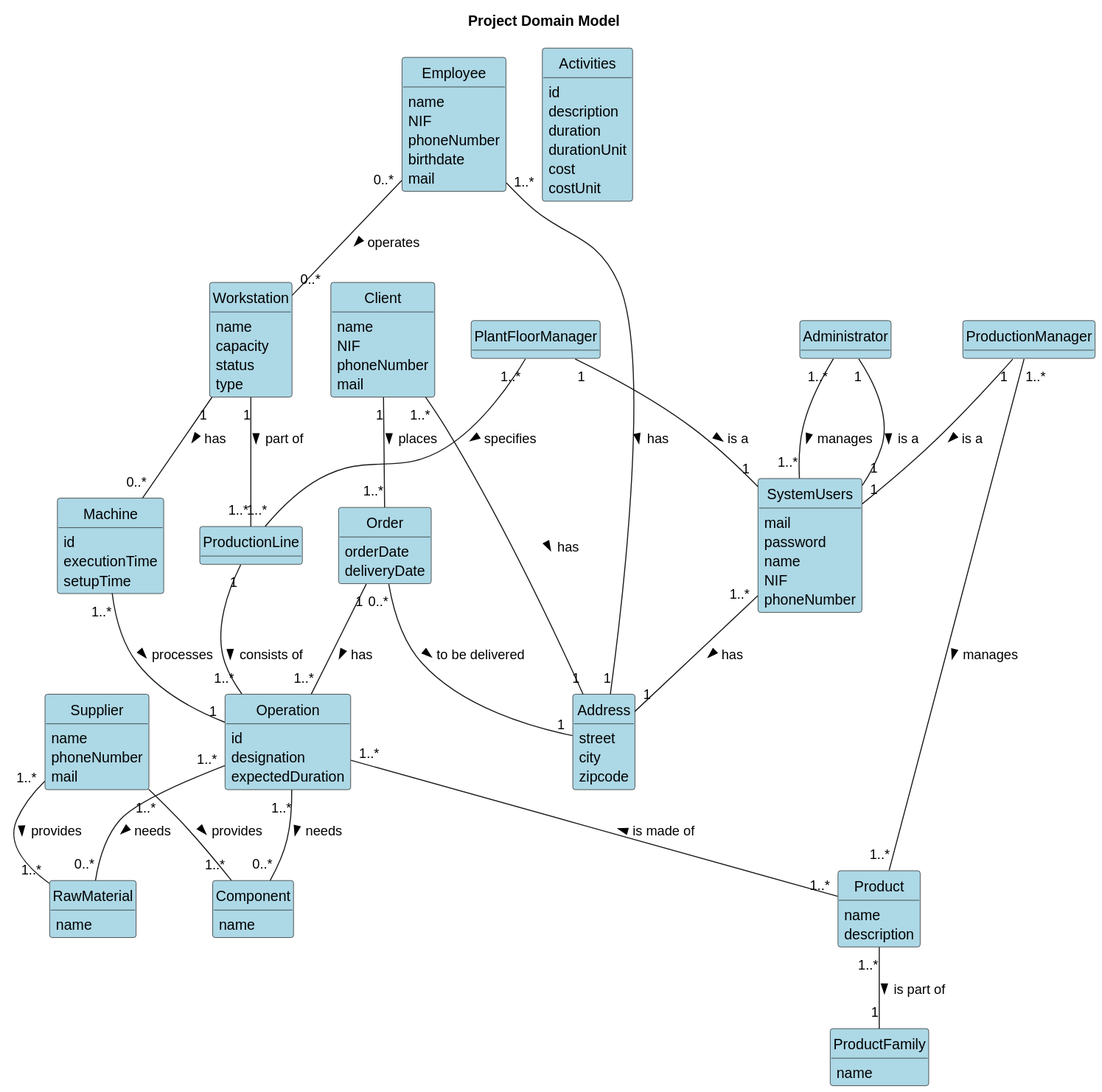
Earlier version of the PlantUML export others/documentation/global-artifacts/svg/domain-model-Project_Domain_Model.svg (ricardomm7/buildflow).
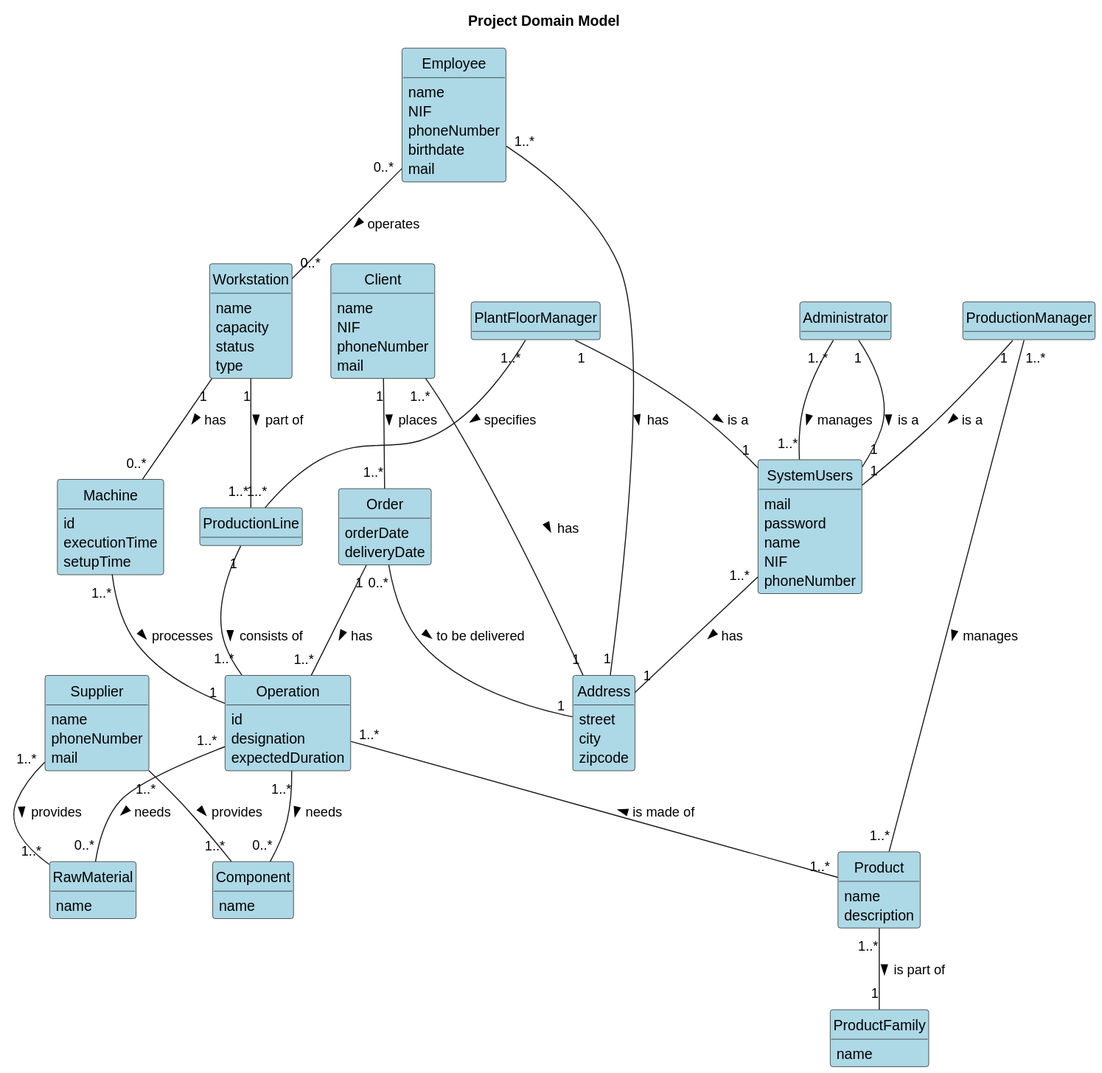
After the change.

Change to the diagram source:
```diff
@@ -101,15 +101,6 @@
     mail
 }
 
-class Activities {
-    id
-    description
-    duration
-    durationUnit
-    cost
-    costUnit
-}
-
 Supplier "1..*" -- "1..*" RawMaterial : provides >
 Supplier "1..*" -- "1..*" Component : provides >
 
```
